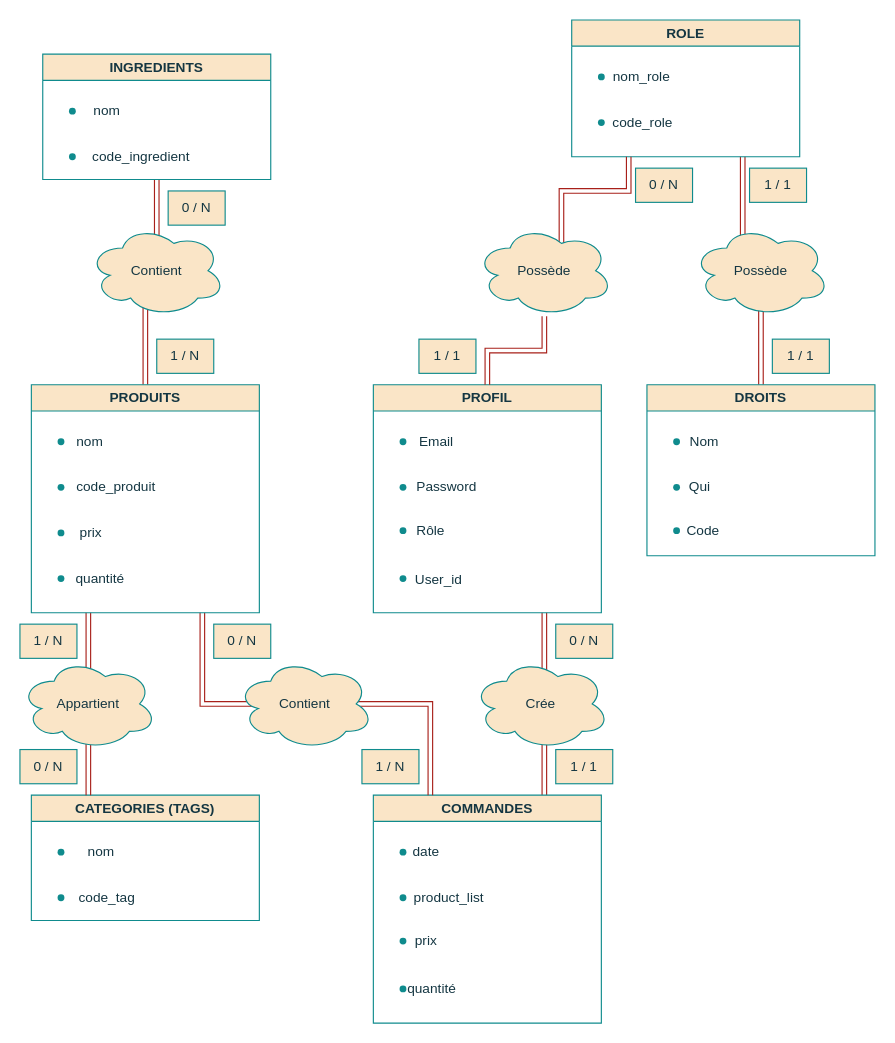
Above: MDC S07E07.drawio in MichaelKrakowiak/Draw.io (draw.io), before the change. Source tidied: cells renumbered, new cells numbered last; positions are measured from the earlier drawing's top-left corner, leaving out a move shared by most shapes. Both pictures are drawn from the tidied source at 114%, with x=0, y=0 at pixel (19, 19).
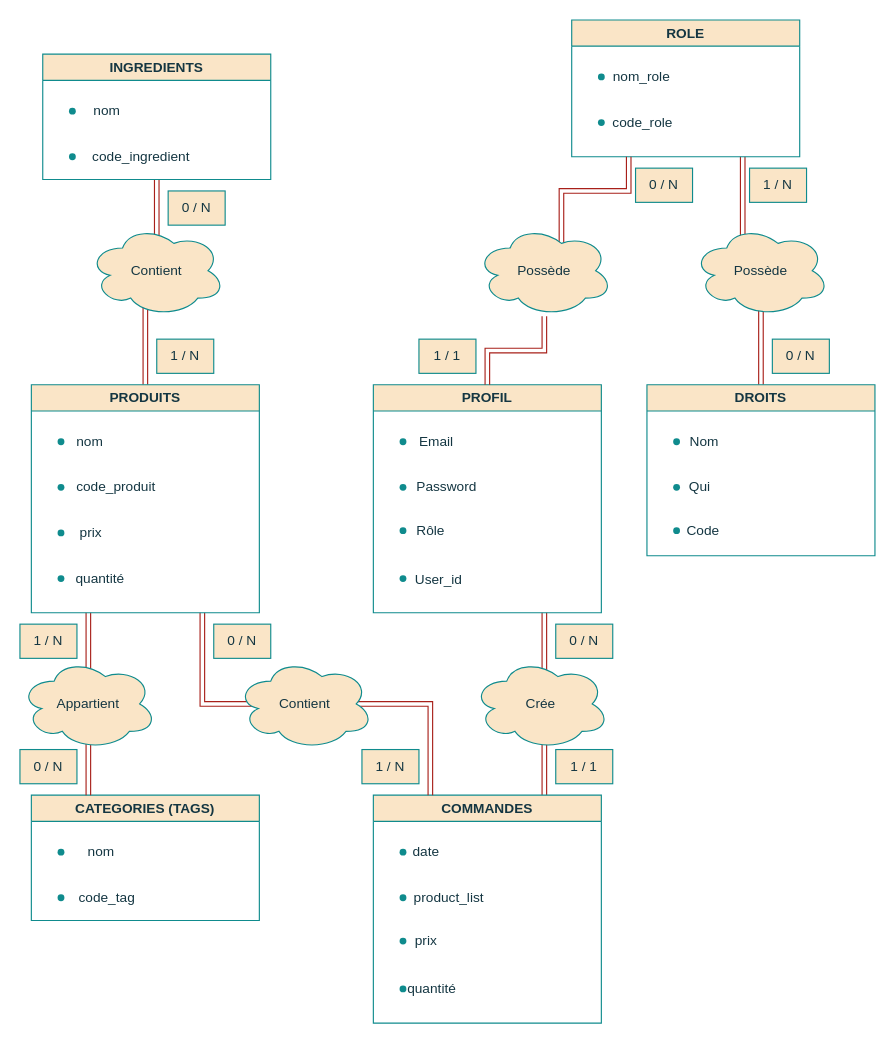
The same diagram, later.

Commit message (it also covers changes not shown here):
Mettre à jour MDC S07E07.drawio

The edit, as a diff of the source:
```diff
@@
-    <mxCell id="63" value="1 / 1" style="rounded=0;whiteSpace=wrap;html=1;strokeColor=#0F8B8D;fontColor=#143642;fillColor=#FAE5C7;" parent="1" vertex="1">
+    <mxCell id="63" value="1 / N" style="rounded=0;whiteSpace=wrap;html=1;strokeColor=#0F8B8D;fontColor=#143642;fillColor=#FAE5C7;" parent="1" vertex="1">
       <mxGeometry x="640" y="130" width="50" height="30" as="geometry" />
     </mxCell>
-    <mxCell id="64" value="1 / 1" style="rounded=0;whiteSpace=wrap;html=1;strokeColor=#0F8B8D;fontColor=#143642;fillColor=#FAE5C7;" parent="1" vertex="1">
+    <mxCell id="64" value="0 / N" style="rounded=0;whiteSpace=wrap;html=1;strokeColor=#0F8B8D;fontColor=#143642;fillColor=#FAE5C7;" parent="1" vertex="1">
       <mxGeometry x="660" y="280" width="50" height="30" as="geometry" />
     </mxCell>
```
